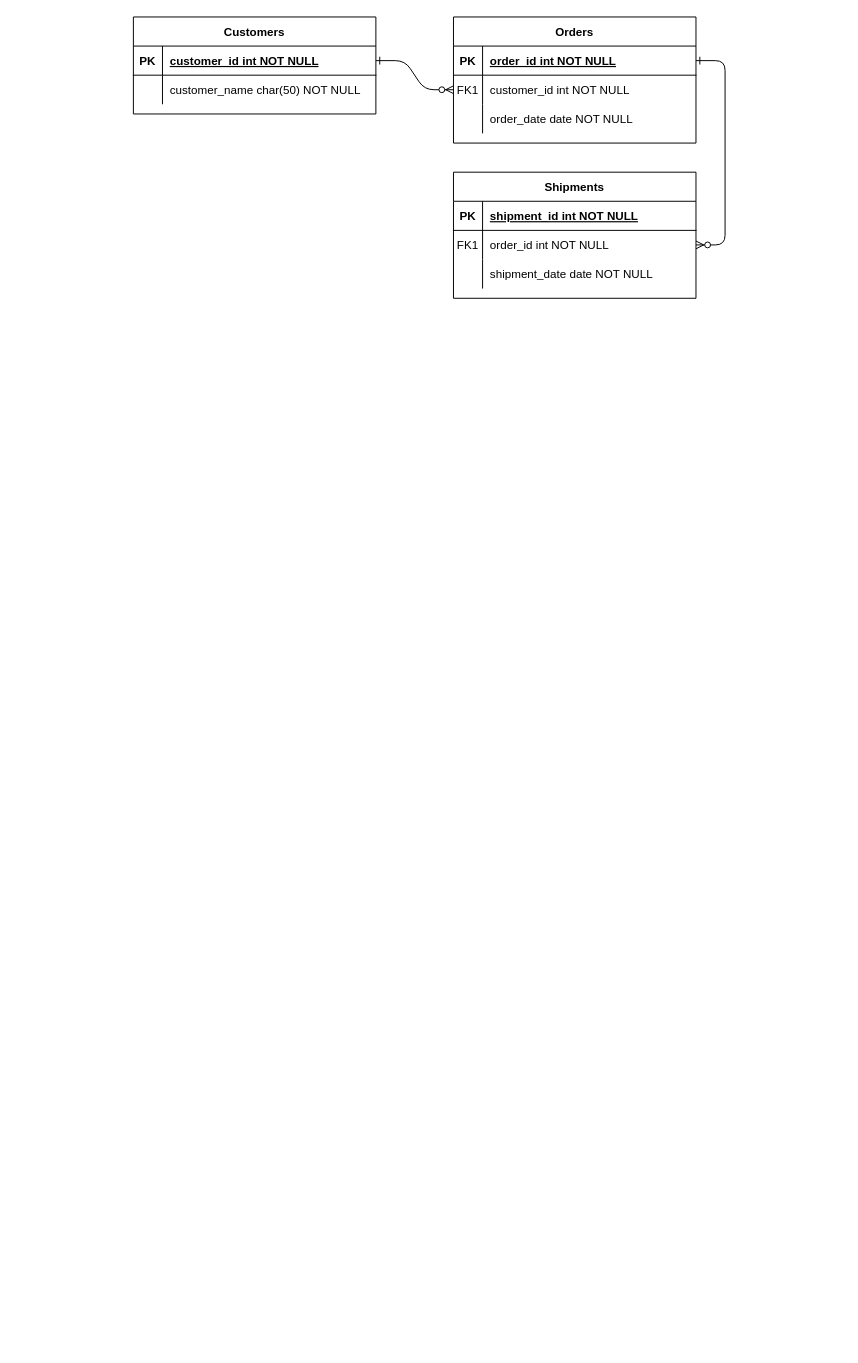
This is ERD.drawio from david11133/draw.io, a draw.io file, before an edit. Source tidied: cells renumbered, new cells numbered last; positions are measured from the earlier drawing's top-left corner, leaving out a move shared by most shapes. Both pictures are drawn from the tidied source at 97%, with x=0, y=0 at pixel (133, 16).
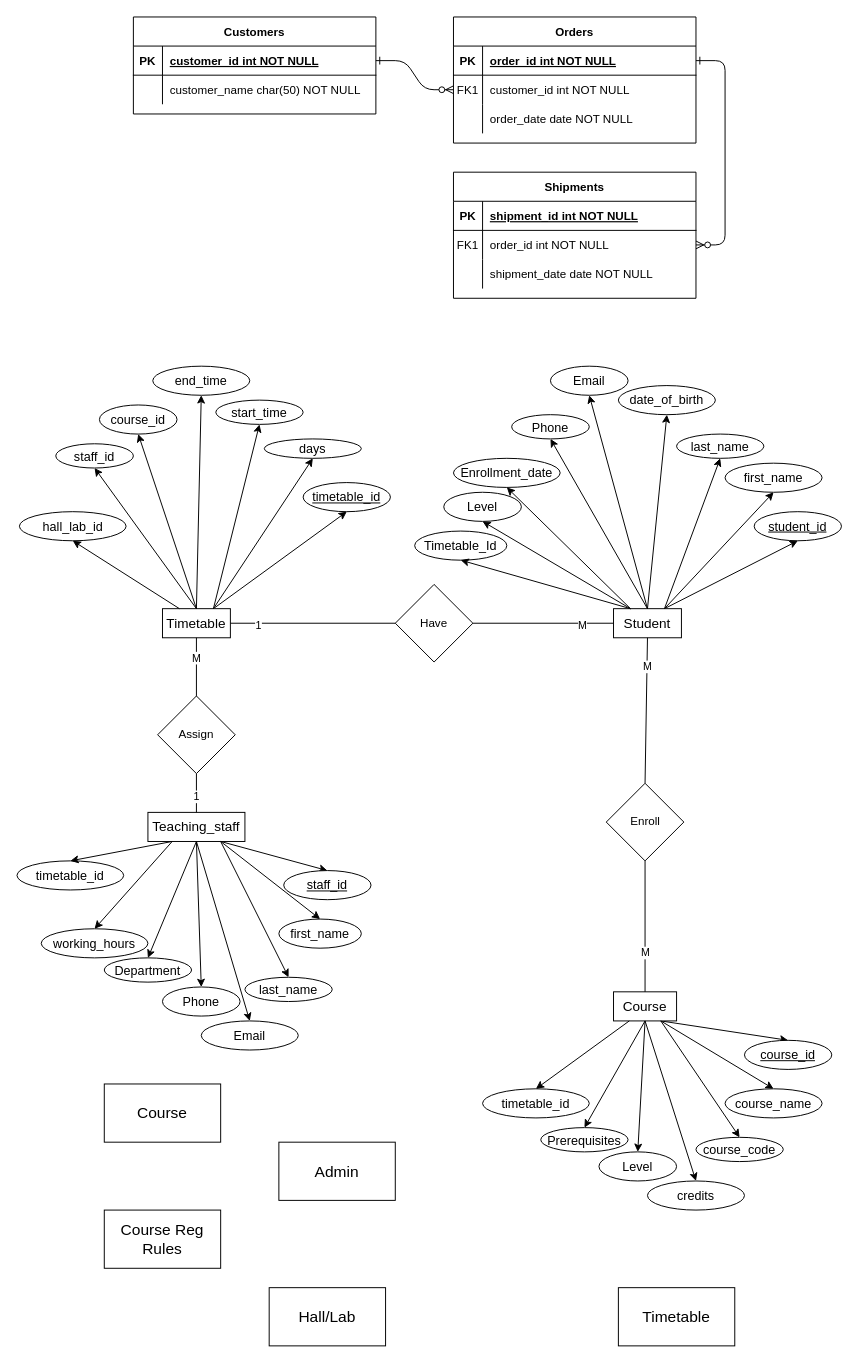
The same page after the edit.

Diff of the diagram source:
```diff
@@
+    <mxCell id="31" style="rounded=0;jettySize=auto;html=1;exitX=0.75;exitY=0;exitDx=0;exitDy=0;entryX=0.5;entryY=1;entryDx=0;entryDy=0;strokeColor=default;" parent="1" edge="1" source="32" target="38">
+      <mxGeometry relative="1" as="geometry" />
+    </mxCell>
+    <mxCell id="32" value="Student" style="rounded=0;whiteSpace=wrap;html=1;fontSize=14;" parent="1" vertex="1">
+      <mxGeometry x="495" y="610" width="70" height="30" as="geometry" />
+    </mxCell>
+    <mxCell id="33" value="Admin" style="rounded=0;whiteSpace=wrap;html=1;fontSize=16;" parent="1" vertex="1">
+      <mxGeometry x="150" y="1160" width="120" height="60" as="geometry" />
+    </mxCell>
+    <mxCell id="34" value="Course" style="rounded=0;whiteSpace=wrap;html=1;fontSize=16;" parent="1" vertex="1">
+      <mxGeometry x="-30" y="1100" width="120" height="60" as="geometry" />
+    </mxCell>
+    <mxCell id="35" value="Hall/Lab" style="rounded=0;whiteSpace=wrap;html=1;fontSize=16;" parent="1" vertex="1">
+      <mxGeometry x="140" y="1310" width="120" height="60" as="geometry" />
+    </mxCell>
+    <mxCell id="36" value="Timetable" style="rounded=0;whiteSpace=wrap;html=1;fontSize=16;" parent="1" vertex="1">
+      <mxGeometry x="500" y="1310" width="120" height="60" as="geometry" />
+    </mxCell>
+    <mxCell id="37" value="Course Reg Rules" style="rounded=0;whiteSpace=wrap;html=1;fontSize=16;" parent="1" vertex="1">
+      <mxGeometry x="-30" y="1230" width="120" height="60" as="geometry" />
+    </mxCell>
+    <mxCell id="38" value="student_id" style="ellipse;whiteSpace=wrap;html=1;fontSize=13;fontStyle=4;" parent="1" vertex="1">
+      <mxGeometry x="640" y="510" width="90" height="30" as="geometry" />
+    </mxCell>
+    <mxCell id="39" style="rounded=0;jettySize=auto;html=1;entryX=0.5;entryY=1;entryDx=0;entryDy=0;strokeColor=default;exitX=0.75;exitY=0;exitDx=0;exitDy=0;" parent="1" edge="1" source="32" target="40">
+      <mxGeometry relative="1" as="geometry" />
+    </mxCell>
+    <mxCell id="40" value="first_name" style="ellipse;whiteSpace=wrap;html=1;fontSize=13;fontStyle=0;" parent="1" vertex="1">
+      <mxGeometry x="610" y="460" width="100" height="30" as="geometry" />
+    </mxCell>
+    <mxCell id="41" style="rounded=0;jettySize=auto;html=1;entryX=0.5;entryY=1;entryDx=0;entryDy=0;strokeColor=default;exitX=0.5;exitY=0;exitDx=0;exitDy=0;" parent="1" edge="1" source="32" target="42">
+      <mxGeometry relative="1" as="geometry" />
+    </mxCell>
+    <mxCell id="42" value="date_of_birth" style="ellipse;whiteSpace=wrap;html=1;fontSize=13;fontStyle=0;" parent="1" vertex="1">
+      <mxGeometry x="500" y="380" width="100" height="30" as="geometry" />
+    </mxCell>
+    <mxCell id="43" style="rounded=0;jettySize=auto;html=1;entryX=0.5;entryY=1;entryDx=0;entryDy=0;strokeColor=default;exitX=0.75;exitY=0;exitDx=0;exitDy=0;" parent="1" edge="1" source="32" target="44">
+      <mxGeometry relative="1" as="geometry" />
+    </mxCell>
+    <mxCell id="44" value="last_name" style="ellipse;whiteSpace=wrap;html=1;fontSize=13;fontStyle=0;" parent="1" vertex="1">
+      <mxGeometry x="560" y="430" width="90" height="25" as="geometry" />
+    </mxCell>
+    <mxCell id="45" style="rounded=0;jettySize=auto;html=1;entryX=0.5;entryY=1;entryDx=0;entryDy=0;strokeColor=default;exitX=0.5;exitY=0;exitDx=0;exitDy=0;" parent="1" edge="1" source="32" target="46">
+      <mxGeometry relative="1" as="geometry" />
+    </mxCell>
+    <mxCell id="46" value="Email" style="ellipse;whiteSpace=wrap;html=1;fontSize=13;fontStyle=0;" parent="1" vertex="1">
+      <mxGeometry x="430" y="360" width="80" height="30" as="geometry" />
+    </mxCell>
+    <mxCell id="47" style="rounded=0;jettySize=auto;html=1;entryX=0.5;entryY=1;entryDx=0;entryDy=0;strokeColor=default;exitX=0.5;exitY=0;exitDx=0;exitDy=0;" parent="1" edge="1" source="32" target="48">
+      <mxGeometry relative="1" as="geometry" />
+    </mxCell>
+    <mxCell id="48" value="Phone" style="ellipse;whiteSpace=wrap;html=1;fontSize=13;fontStyle=0;" parent="1" vertex="1">
+      <mxGeometry x="390" y="410" width="80" height="25" as="geometry" />
+    </mxCell>
+    <mxCell id="49" value="Enrollment_date" style="ellipse;whiteSpace=wrap;html=1;fontSize=13;fontStyle=0;" parent="1" vertex="1">
+      <mxGeometry x="330" y="455" width="110" height="30" as="geometry" />
+    </mxCell>
+    <mxCell id="50" style="rounded=0;jettySize=auto;html=1;entryX=0.5;entryY=1;entryDx=0;entryDy=0;strokeColor=default;exitX=0.25;exitY=0;exitDx=0;exitDy=0;" parent="1" edge="1" source="32" target="49">
+      <mxGeometry relative="1" as="geometry" />
+    </mxCell>
+    <mxCell id="51" value="Level" style="ellipse;whiteSpace=wrap;html=1;fontSize=13;fontStyle=0;" parent="1" vertex="1">
+      <mxGeometry x="320" y="490" width="80" height="30" as="geometry" />
+    </mxCell>
+    <mxCell id="52" style="rounded=0;jettySize=auto;html=1;entryX=0.5;entryY=1;entryDx=0;entryDy=0;strokeColor=default;exitX=0.25;exitY=0;exitDx=0;exitDy=0;" parent="1" edge="1" source="32" target="51">
+      <mxGeometry relative="1" as="geometry" />
+    </mxCell>
+    <mxCell id="53" value="Timetable_Id" style="ellipse;whiteSpace=wrap;html=1;fontSize=13;fontStyle=0;" parent="1" vertex="1">
+      <mxGeometry x="290" y="530" width="95" height="30" as="geometry" />
+    </mxCell>
+    <mxCell id="54" style="rounded=0;jettySize=auto;html=1;entryX=0.5;entryY=1;entryDx=0;entryDy=0;strokeColor=default;exitX=0.25;exitY=0;exitDx=0;exitDy=0;" parent="1" edge="1" source="32" target="53">
+      <mxGeometry relative="1" as="geometry" />
+    </mxCell>
+    <mxCell id="55" style="rounded=0;jettySize=auto;html=1;exitX=0.75;exitY=1;exitDx=0;exitDy=0;entryX=0.5;entryY=0;entryDx=0;entryDy=0;strokeColor=default;" parent="1" edge="1" source="56" target="57">
+      <mxGeometry relative="1" as="geometry" />
+    </mxCell>
+    <mxCell id="56" value="Course" style="rounded=0;whiteSpace=wrap;html=1;fontSize=14;" parent="1" vertex="1">
+      <mxGeometry x="495" y="1005" width="65" height="30" as="geometry" />
+    </mxCell>
+    <mxCell id="57" value="course_id" style="ellipse;whiteSpace=wrap;html=1;fontSize=13;fontStyle=4;" parent="1" vertex="1">
+      <mxGeometry x="630" y="1055" width="90" height="30" as="geometry" />
+    </mxCell>
+    <mxCell id="58" style="rounded=0;jettySize=auto;html=1;entryX=0.5;entryY=0;entryDx=0;entryDy=0;strokeColor=default;exitX=0.75;exitY=1;exitDx=0;exitDy=0;" parent="1" edge="1" source="56" target="59">
+      <mxGeometry relative="1" as="geometry" />
+    </mxCell>
+    <mxCell id="59" value="course_name" style="ellipse;whiteSpace=wrap;html=1;fontSize=13;fontStyle=0;" parent="1" vertex="1">
+      <mxGeometry x="610" y="1105" width="100" height="30" as="geometry" />
+    </mxCell>
+    <mxCell id="60" style="rounded=0;jettySize=auto;html=1;entryX=0.5;entryY=0;entryDx=0;entryDy=0;strokeColor=default;exitX=0.5;exitY=1;exitDx=0;exitDy=0;" parent="1" edge="1" source="56" target="61">
+      <mxGeometry relative="1" as="geometry" />
+    </mxCell>
+    <mxCell id="61" value="credits" style="ellipse;whiteSpace=wrap;html=1;fontSize=13;fontStyle=0;" parent="1" vertex="1">
+      <mxGeometry x="530" y="1200" width="100" height="30" as="geometry" />
+    </mxCell>
+    <mxCell id="62" style="rounded=0;jettySize=auto;html=1;entryX=0.5;entryY=0;entryDx=0;entryDy=0;strokeColor=default;exitX=0.75;exitY=1;exitDx=0;exitDy=0;" parent="1" edge="1" source="56" target="63">
+      <mxGeometry relative="1" as="geometry" />
+    </mxCell>
+    <mxCell id="63" value="course_code" style="ellipse;whiteSpace=wrap;html=1;fontSize=13;fontStyle=0;" parent="1" vertex="1">
+      <mxGeometry x="580" y="1155" width="90" height="25" as="geometry" />
+    </mxCell>
+    <mxCell id="64" style="rounded=0;jettySize=auto;html=1;entryX=0.5;entryY=0;entryDx=0;entryDy=0;strokeColor=default;exitX=0.5;exitY=1;exitDx=0;exitDy=0;" parent="1" edge="1" source="56" target="65">
+      <mxGeometry relative="1" as="geometry" />
+    </mxCell>
+    <mxCell id="65" value="Level" style="ellipse;whiteSpace=wrap;html=1;fontSize=13;fontStyle=0;" parent="1" vertex="1">
+      <mxGeometry x="480" y="1170" width="80" height="30" as="geometry" />
+    </mxCell>
+    <mxCell id="66" style="rounded=0;jettySize=auto;html=1;entryX=0.5;entryY=0;entryDx=0;entryDy=0;strokeColor=default;exitX=0.5;exitY=1;exitDx=0;exitDy=0;" parent="1" edge="1" source="56" target="67">
+      <mxGeometry relative="1" as="geometry" />
+    </mxCell>
+    <mxCell id="67" value="Prerequisites" style="ellipse;whiteSpace=wrap;html=1;fontSize=13;fontStyle=0;" parent="1" vertex="1">
+      <mxGeometry x="420" y="1145" width="90" height="25" as="geometry" />
+    </mxCell>
+    <mxCell id="68" value="timetable_id" style="ellipse;whiteSpace=wrap;html=1;fontSize=13;fontStyle=0;" parent="1" vertex="1">
+      <mxGeometry x="360" y="1105" width="110" height="30" as="geometry" />
+    </mxCell>
+    <mxCell id="69" style="rounded=0;jettySize=auto;html=1;entryX=0.5;entryY=0;entryDx=0;entryDy=0;strokeColor=default;exitX=0.25;exitY=1;exitDx=0;exitDy=0;" parent="1" edge="1" source="56" target="68">
+      <mxGeometry relative="1" as="geometry" />
+    </mxCell>
+    <mxCell id="70" style="rounded=0;jettySize=auto;html=1;exitX=0.75;exitY=0;exitDx=0;exitDy=0;entryX=0.5;entryY=1;entryDx=0;entryDy=0;strokeColor=default;" parent="1" edge="1" source="71" target="72">
+      <mxGeometry relative="1" as="geometry" />
+    </mxCell>
+    <mxCell id="71" value="Timetable" style="rounded=0;whiteSpace=wrap;html=1;fontSize=14;" parent="1" vertex="1">
+      <mxGeometry x="30" y="610" width="70" height="30" as="geometry" />
+    </mxCell>
+    <mxCell id="72" value="timetable_id" style="ellipse;whiteSpace=wrap;html=1;fontSize=13;fontStyle=4;" parent="1" vertex="1">
+      <mxGeometry x="175" y="480" width="90" height="30" as="geometry" />
+    </mxCell>
+    <mxCell id="73" style="rounded=0;jettySize=auto;html=1;entryX=0.5;entryY=1;entryDx=0;entryDy=0;strokeColor=default;exitX=0.75;exitY=0;exitDx=0;exitDy=0;" parent="1" edge="1" source="71" target="74">
+      <mxGeometry relative="1" as="geometry" />
+    </mxCell>
+    <mxCell id="74" value="days" style="ellipse;whiteSpace=wrap;html=1;fontSize=13;fontStyle=0;" parent="1" vertex="1">
+      <mxGeometry x="135" y="435" width="100" height="20" as="geometry" />
+    </mxCell>
+    <mxCell id="75" style="rounded=0;jettySize=auto;html=1;entryX=0.5;entryY=1;entryDx=0;entryDy=0;strokeColor=default;exitX=0.5;exitY=0;exitDx=0;exitDy=0;" parent="1" edge="1" source="71" target="76">
+      <mxGeometry relative="1" as="geometry" />
+    </mxCell>
+    <mxCell id="76" value="end_time" style="ellipse;whiteSpace=wrap;html=1;fontSize=13;fontStyle=0;" parent="1" vertex="1">
+      <mxGeometry x="20" y="360" width="100" height="30" as="geometry" />
+    </mxCell>
+    <mxCell id="77" style="rounded=0;jettySize=auto;html=1;entryX=0.5;entryY=1;entryDx=0;entryDy=0;strokeColor=default;exitX=0.75;exitY=0;exitDx=0;exitDy=0;" parent="1" edge="1" source="71" target="78">
+      <mxGeometry relative="1" as="geometry" />
+    </mxCell>
+    <mxCell id="78" value="start_time" style="ellipse;whiteSpace=wrap;html=1;fontSize=13;fontStyle=0;" parent="1" vertex="1">
+      <mxGeometry x="85" y="395" width="90" height="25" as="geometry" />
+    </mxCell>
+    <mxCell id="79" style="rounded=0;jettySize=auto;html=1;entryX=0.5;entryY=1;entryDx=0;entryDy=0;strokeColor=default;exitX=0.5;exitY=0;exitDx=0;exitDy=0;" parent="1" edge="1" source="71" target="80">
+      <mxGeometry relative="1" as="geometry" />
+    </mxCell>
+    <mxCell id="80" value="course_id" style="ellipse;whiteSpace=wrap;html=1;fontSize=13;fontStyle=0;" parent="1" vertex="1">
+      <mxGeometry x="-35" y="400" width="80" height="30" as="geometry" />
+    </mxCell>
+    <mxCell id="81" style="rounded=0;jettySize=auto;html=1;entryX=0.5;entryY=1;entryDx=0;entryDy=0;strokeColor=default;exitX=0.5;exitY=0;exitDx=0;exitDy=0;" parent="1" edge="1" source="71" target="82">
+      <mxGeometry relative="1" as="geometry" />
+    </mxCell>
+    <mxCell id="82" value="staff_id" style="ellipse;whiteSpace=wrap;html=1;fontSize=13;fontStyle=0;" parent="1" vertex="1">
+      <mxGeometry x="-80" y="440" width="80" height="25" as="geometry" />
+    </mxCell>
+    <mxCell id="83" value="hall_lab_id" style="ellipse;whiteSpace=wrap;html=1;fontSize=13;fontStyle=0;" parent="1" vertex="1">
+      <mxGeometry x="-117.5" y="510" width="110" height="30" as="geometry" />
+    </mxCell>
+    <mxCell id="84" style="rounded=0;jettySize=auto;html=1;entryX=0.5;entryY=1;entryDx=0;entryDy=0;strokeColor=default;exitX=0.25;exitY=0;exitDx=0;exitDy=0;" parent="1" edge="1" source="71" target="83">
+      <mxGeometry relative="1" as="geometry" />
+    </mxCell>
+    <mxCell id="85" value="Have" style="rhombus;whiteSpace=wrap;html=1;" parent="1" vertex="1">
+      <mxGeometry x="270" y="585" width="80" height="80" as="geometry" />
+    </mxCell>
+    <mxCell id="86" style="endArrow=none;html=1;rounded=0;entryX=0;entryY=0.5;entryDx=0;entryDy=0;exitX=1;exitY=0.5;exitDx=0;exitDy=0;" parent="1" edge="1" source="85" target="32">
+      <mxGeometry relative="1" as="geometry" />
+    </mxCell>
+    <mxCell id="87" value="M" style="edgeLabel;html=1;align=center;verticalAlign=middle;" parent="86" vertex="1">
+      <mxGeometry x="0.54" y="-1" relative="1" as="geometry" />
+    </mxCell>
+    <mxCell id="88" style="endArrow=none;html=1;rounded=0;exitX=1;exitY=0.5;exitDx=0;exitDy=0;entryX=0;entryY=0.5;entryDx=0;entryDy=0;" parent="1" edge="1" source="71" target="85">
+      <mxGeometry relative="1" as="geometry" />
+    </mxCell>
+    <mxCell id="89" value="1" style="edgeLabel;html=1;align=center;verticalAlign=middle;" parent="88" vertex="1">
+      <mxGeometry x="-0.67" y="-1" relative="1" as="geometry" />
+    </mxCell>
+    <mxCell id="90" value="Enroll" style="rhombus;whiteSpace=wrap;html=1;" parent="1" vertex="1">
+      <mxGeometry x="487.5" y="790" width="80" height="80" as="geometry" />
+    </mxCell>
+    <mxCell id="91" style="endArrow=none;html=1;rounded=0;entryX=0.5;entryY=1;entryDx=0;entryDy=0;exitX=0.5;exitY=0;exitDx=0;exitDy=0;" parent="1" edge="1" source="90" target="32">
+      <mxGeometry relative="1" as="geometry" />
+    </mxCell>
+    <mxCell id="92" value="M" style="edgeLabel;html=1;align=center;verticalAlign=middle;" parent="91" vertex="1">
+      <mxGeometry x="0.61" relative="1" as="geometry" />
+    </mxCell>
+    <mxCell id="93" style="endArrow=none;html=1;rounded=0;entryX=0.5;entryY=1;entryDx=0;entryDy=0;exitX=0.5;exitY=0;exitDx=0;exitDy=0;" parent="1" edge="1" source="56" target="90">
+      <mxGeometry relative="1" as="geometry" />
+    </mxCell>
+    <mxCell id="94" value="M" style="edgeLabel;html=1;align=center;verticalAlign=middle;" parent="93" vertex="1">
+      <mxGeometry x="-0.4" relative="1" as="geometry" />
+    </mxCell>
+    <mxCell id="95" style="rounded=0;jettySize=auto;html=1;exitX=0.75;exitY=1;exitDx=0;exitDy=0;entryX=0.5;entryY=0;entryDx=0;entryDy=0;strokeColor=default;" parent="1" edge="1" source="96" target="97">
+      <mxGeometry relative="1" as="geometry" />
+    </mxCell>
+    <mxCell id="96" value="Teaching_staff" style="rounded=0;whiteSpace=wrap;html=1;fontSize=14;" parent="1" vertex="1">
+      <mxGeometry x="15" y="820" width="100" height="30" as="geometry" />
+    </mxCell>
+    <mxCell id="97" value="staff_id" style="ellipse;whiteSpace=wrap;html=1;fontSize=13;fontStyle=4;" parent="1" vertex="1">
+      <mxGeometry x="155" y="880" width="90" height="30" as="geometry" />
+    </mxCell>
+    <mxCell id="98" style="rounded=0;jettySize=auto;html=1;entryX=0.5;entryY=0;entryDx=0;entryDy=0;strokeColor=default;exitX=0.75;exitY=1;exitDx=0;exitDy=0;" parent="1" edge="1" source="96" target="99">
+      <mxGeometry relative="1" as="geometry" />
+    </mxCell>
+    <mxCell id="99" value="first_name" style="ellipse;whiteSpace=wrap;html=1;fontSize=13;fontStyle=0;" parent="1" vertex="1">
+      <mxGeometry x="150" y="930" width="85" height="30" as="geometry" />
+    </mxCell>
+    <mxCell id="100" style="rounded=0;jettySize=auto;html=1;entryX=0.5;entryY=0;entryDx=0;entryDy=0;strokeColor=default;exitX=0.5;exitY=1;exitDx=0;exitDy=0;" parent="1" edge="1" source="96" target="101">
+      <mxGeometry relative="1" as="geometry" />
+    </mxCell>
+    <mxCell id="101" value="Email" style="ellipse;whiteSpace=wrap;html=1;fontSize=13;fontStyle=0;" parent="1" vertex="1">
+      <mxGeometry x="70" y="1035" width="100" height="30" as="geometry" />
+    </mxCell>
+    <mxCell id="102" style="rounded=0;jettySize=auto;html=1;entryX=0.5;entryY=0;entryDx=0;entryDy=0;strokeColor=default;exitX=0.75;exitY=1;exitDx=0;exitDy=0;" parent="1" edge="1" source="96" target="103">
+      <mxGeometry relative="1" as="geometry" />
+    </mxCell>
+    <mxCell id="103" value="last_name" style="ellipse;whiteSpace=wrap;html=1;fontSize=13;fontStyle=0;" parent="1" vertex="1">
+      <mxGeometry x="115" y="990" width="90" height="25" as="geometry" />
+    </mxCell>
+    <mxCell id="104" style="rounded=0;jettySize=auto;html=1;entryX=0.5;entryY=0;entryDx=0;entryDy=0;strokeColor=default;exitX=0.5;exitY=1;exitDx=0;exitDy=0;" parent="1" edge="1" source="96" target="105">
+      <mxGeometry relative="1" as="geometry" />
+    </mxCell>
+    <mxCell id="105" value="Phone" style="ellipse;whiteSpace=wrap;html=1;fontSize=13;fontStyle=0;" parent="1" vertex="1">
+      <mxGeometry x="30" y="1000" width="80" height="30" as="geometry" />
+    </mxCell>
+    <mxCell id="106" style="rounded=0;jettySize=auto;html=1;entryX=0.5;entryY=0;entryDx=0;entryDy=0;strokeColor=default;exitX=0.5;exitY=1;exitDx=0;exitDy=0;" parent="1" edge="1" source="96" target="107">
+      <mxGeometry relative="1" as="geometry" />
+    </mxCell>
+    <mxCell id="107" value="Department" style="ellipse;whiteSpace=wrap;html=1;fontSize=13;fontStyle=0;" parent="1" vertex="1">
+      <mxGeometry x="-30" y="970" width="90" height="25" as="geometry" />
+    </mxCell>
+    <mxCell id="108" value="timetable_id" style="ellipse;whiteSpace=wrap;html=1;fontSize=13;fontStyle=0;" parent="1" vertex="1">
+      <mxGeometry x="-120" y="870" width="110" height="30" as="geometry" />
+    </mxCell>
+    <mxCell id="109" style="rounded=0;jettySize=auto;html=1;entryX=0.5;entryY=0;entryDx=0;entryDy=0;strokeColor=default;exitX=0.25;exitY=1;exitDx=0;exitDy=0;" parent="1" edge="1" source="96" target="108">
+      <mxGeometry relative="1" as="geometry" />
+    </mxCell>
+    <mxCell id="110" value="working_hours" style="ellipse;whiteSpace=wrap;html=1;fontSize=13;fontStyle=0;" parent="1" vertex="1">
+      <mxGeometry x="-95" y="940" width="110" height="30" as="geometry" />
+    </mxCell>
+    <mxCell id="111" style="rounded=0;jettySize=auto;html=1;entryX=0.5;entryY=0;entryDx=0;entryDy=0;strokeColor=default;exitX=0.25;exitY=1;exitDx=0;exitDy=0;" parent="1" edge="1" source="96" target="110">
+      <mxGeometry relative="1" as="geometry" />
+    </mxCell>
+    <mxCell id="112" value="Assign" style="rhombus;whiteSpace=wrap;html=1;" parent="1" vertex="1">
+      <mxGeometry x="25" y="700" width="80" height="80" as="geometry" />
+    </mxCell>
+    <mxCell id="113" style="endArrow=none;html=1;rounded=0;exitX=0.5;exitY=0;exitDx=0;exitDy=0;entryX=0.5;entryY=1;entryDx=0;entryDy=0;" parent="1" edge="1" source="112" target="71">
+      <mxGeometry relative="1" as="geometry" />
+    </mxCell>
+    <mxCell id="114" value="M" style="edgeLabel;html=1;align=center;verticalAlign=middle;" parent="113" vertex="1">
+      <mxGeometry x="0.31" y="1" relative="1" as="geometry">
+        <mxPoint y="-1" as="offset" />
+      </mxGeometry>
+    </mxCell>
+    <mxCell id="115" style="endArrow=none;html=1;rounded=0;entryX=0.5;entryY=1;entryDx=0;entryDy=0;exitX=0.5;exitY=0;exitDx=0;exitDy=0;" parent="1" edge="1" source="96" target="112">
+      <mxGeometry relative="1" as="geometry" />
+    </mxCell>
+    <mxCell id="116" value="1" style="edgeLabel;html=1;align=center;verticalAlign=middle;" parent="115" vertex="1">
+      <mxGeometry x="-0.22" y="1" relative="1" as="geometry">
+        <mxPoint y="-1" as="offset" />
+      </mxGeometry>
+    </mxCell>
```
